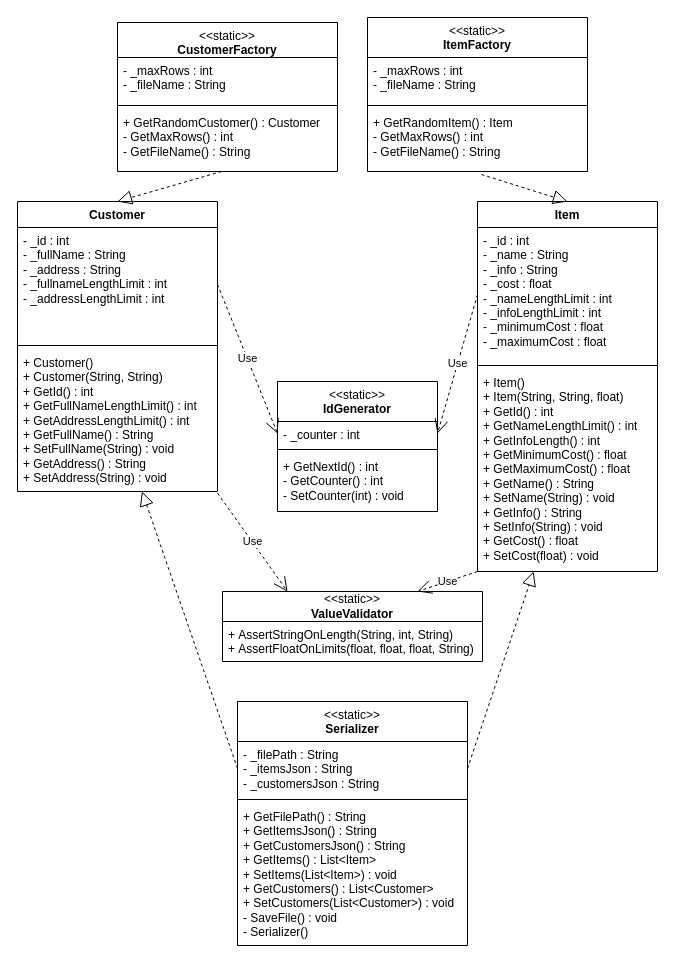
This is doc/Practics1.drawio from inittose/OOP, a draw.io file, before an edit. Source tidied: cells renumbered, new cells numbered last; positions are measured from the earlier drawing's top-left corner, leaving out a move shared by most shapes. Both pictures are drawn from the tidied source at 100%, with x=0, y=0 at pixel (17, 17).
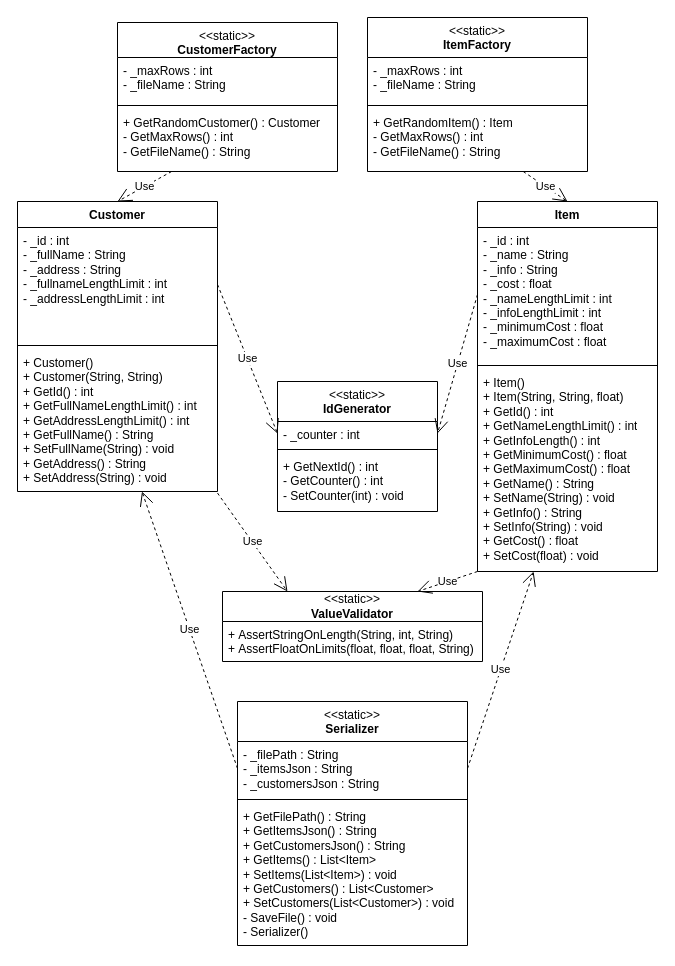
Above is the later version.

The change refers to these unchanged cells:
```xml
<mxCell id="2" value="Customer" style="swimlane;fontStyle=1;align=center;verticalAlign=top;horizontal=1;startSize=26;whiteSpace=wrap;html=1;" parent="1" vertex="1">
  <mxGeometry y="184" width="200" height="290" as="geometry" />
</mxCell>
<mxCell id="5" value="+&amp;nbsp;Customer()&lt;br style=&quot;border-color: var(--border-color);&quot;&gt;+ Customer(String, String)&lt;br&gt;+ GetId() : int&lt;br&gt;+ GetFullNameLengthLimit() : int&lt;br&gt;+ GetAddressLengthLimit() : int&lt;br&gt;+ GetFullName() : String&lt;br&gt;+ SetFullName(String) : void&lt;br&gt;+ GetAddress() : String&lt;br&gt;+ SetAddress(String) : void" style="text;strokeColor=none;fillColor=none;align=left;verticalAlign=top;spacingLeft=4;spacingRight=4;overflow=hidden;points=[[0,0.5],[1,0.5]];portConstraint=eastwest;whiteSpace=wrap;html=1;" parent="2" vertex="1">
  <mxGeometry y="148" width="200" height="142" as="geometry" />
</mxCell>
<mxCell id="6" value="Item" style="swimlane;fontStyle=1;align=center;verticalAlign=top;horizontal=1;startSize=26;whiteSpace=wrap;html=1;" parent="1" vertex="1">
  <mxGeometry x="460" y="184" width="180" height="370" as="geometry" />
</mxCell>
<mxCell id="9" value="+&amp;nbsp;Item()&lt;br&gt;+&amp;nbsp;Item(String, String, float)&lt;br&gt;+ GetId() : int&lt;br style=&quot;border-color: var(--border-color);&quot;&gt;+ GetNameLengthLimit() : int&lt;br style=&quot;border-color: var(--border-color);&quot;&gt;+ GetInfoLength() : int&lt;br style=&quot;border-color: var(--border-color);&quot;&gt;+ GetMinimumCost() : float&lt;br style=&quot;border-color: var(--border-color);&quot;&gt;+ GetMaximumCost() : float&lt;br&gt;+ GetName() : String&lt;br&gt;+ SetName(String) : void&lt;br&gt;+ GetInfo() : String&lt;br&gt;+ SetInfo(String) : void&lt;br&gt;+ GetCost() : float&lt;br&gt;+ SetCost(float) : void" style="text;strokeColor=none;fillColor=none;align=left;verticalAlign=top;spacingLeft=4;spacingRight=4;overflow=hidden;points=[[0,0.5],[1,0.5]];portConstraint=eastwest;whiteSpace=wrap;html=1;" parent="6" vertex="1">
  <mxGeometry y="168" width="180" height="202" as="geometry" />
</mxCell>
<mxCell id="23" value="+&amp;nbsp;GetRandomCustomer() : Customer&lt;br&gt;- GetMaxRows() : int&lt;br&gt;- GetFileName() : String" style="text;strokeColor=none;fillColor=none;align=left;verticalAlign=top;spacingLeft=4;spacingRight=4;overflow=hidden;points=[[0,0.5],[1,0.5]];portConstraint=eastwest;whiteSpace=wrap;html=1;" parent="20" vertex="1">
  <mxGeometry y="87" width="220" height="62" as="geometry" />
</mxCell>
<mxCell id="27" value="+&amp;nbsp;GetRandomItem() : Item&lt;br&gt;- GetMaxRows() : int&lt;br&gt;- GetFileName() : String&lt;div&gt;&lt;br/&gt;&lt;/div&gt;" style="text;strokeColor=none;fillColor=none;align=left;verticalAlign=top;spacingLeft=4;spacingRight=4;overflow=hidden;points=[[0,0.5],[1,0.5]];portConstraint=eastwest;whiteSpace=wrap;html=1;" parent="24" vertex="1">
  <mxGeometry y="92" width="220" height="62" as="geometry" />
</mxCell>
<mxCell id="29" value="-&amp;nbsp;_filePath : String&lt;br&gt;-&amp;nbsp;_itemsJson : String&lt;br&gt;-&amp;nbsp;_customersJson : String" style="text;strokeColor=none;fillColor=none;align=left;verticalAlign=top;spacingLeft=4;spacingRight=4;overflow=hidden;points=[[0,0.5],[1,0.5]];portConstraint=eastwest;whiteSpace=wrap;html=1;" parent="28" vertex="1">
  <mxGeometry y="40" width="230" height="54" as="geometry" />
</mxCell>
```

Diff of the diagram source:
```diff
@@
+    <mxCell id="33" value="Use" style="endArrow=open;endSize=12;dashed=1;html=1;rounded=0;exitX=0;exitY=0.5;exitDx=0;exitDy=0;" parent="1" edge="1" source="29" target="5">
+      <mxGeometry relative="1" as="geometry" />
+    </mxCell>
-    <mxCell id="32" style="endArrow=block;dashed=1;endFill=0;endSize=12;html=1;rounded=0;exitX=1;exitY=0.5;exitDx=0;exitDy=0;" parent="1" edge="1" source="29" target="9">
+    <mxCell id="32" value="Use" style="endArrow=open;endSize=12;dashed=1;html=1;rounded=0;exitX=1;exitY=0.5;exitDx=0;exitDy=0;" parent="1" edge="1" source="29" target="9">
       <mxGeometry relative="1" as="geometry" />
     </mxCell>
-    <mxCell id="33" style="endArrow=block;dashed=1;endFill=0;endSize=12;html=1;rounded=0;exitX=0;exitY=0.5;exitDx=0;exitDy=0;" parent="1" edge="1" source="29" target="5">
-      <mxGeometry relative="1" as="geometry" />
-    </mxCell>
-    <mxCell id="34" style="endArrow=block;dashed=1;endFill=0;endSize=12;html=1;rounded=0;exitX=0.473;exitY=1;exitDx=0;exitDy=0;exitPerimeter=0;entryX=0.5;entryY=0;entryDx=0;entryDy=0;" parent="1" edge="1" source="23" target="2">
+    <mxCell id="34" value="Use" style="endArrow=open;endSize=12;dashed=1;html=1;rounded=0;entryX=0.5;entryY=0;entryDx=0;entryDy=0;" parent="1" edge="1" source="23" target="2">
       <mxGeometry relative="1" as="geometry" />
     </mxCell>
-    <mxCell id="35" style="endArrow=block;dashed=1;endFill=0;endSize=12;html=1;rounded=0;entryX=0.5;entryY=0;entryDx=0;entryDy=0;exitX=0.518;exitY=1.048;exitDx=0;exitDy=0;exitPerimeter=0;" parent="1" edge="1" source="27" target="6">
+    <mxCell id="35" value="Use" style="endArrow=open;endSize=12;dashed=1;html=1;rounded=0;entryX=0.5;entryY=0;entryDx=0;entryDy=0;" parent="1" edge="1" source="27" target="6">
       <mxGeometry relative="1" as="geometry" />
     </mxCell>
```
